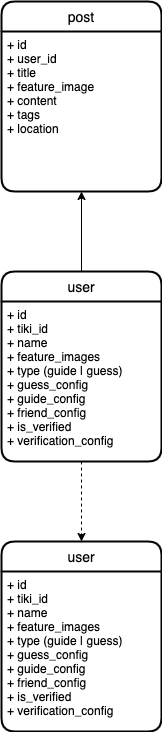
This is assets/flow-charts/01-detailerDb.png from minhphong306/nestjs-typeorm-mysql-jwt-boilerplate, a draw.io export, as it was before one commit. Source tidied: cells renumbered, new cells last; positions are measured from the earlier drawing's top-left corner, leaving out a move shared by most shapes. Its diagram source:
```xml
<mxGraphModel>
  <root>
    <mxCell id="0" />
    <mxCell id="1" parent="0" />
    <mxCell id="2" style="edgeStyle=orthogonalEdgeStyle;rounded=0;jettySize=auto;html=1;" parent="1" edge="1" source="4" target="6">
      <mxGeometry relative="1" as="geometry" />
    </mxCell>
    <mxCell id="3" style="edgeStyle=orthogonalEdgeStyle;rounded=0;jettySize=auto;html=1;dashed=1;" parent="1" edge="1" source="4" target="8">
      <mxGeometry relative="1" as="geometry" />
    </mxCell>
    <mxCell id="4" value="user" style="swimlane;horizontal=1;startSize=30;rounded=1;fontSize=14;fontStyle=0;strokeWidth=2;shadow=0;dashed=0;align=center;" parent="1" vertex="1">
      <mxGeometry y="270" width="160" height="190" as="geometry" />
    </mxCell>
    <mxCell id="5" value="+ id&#10;+ tiki_id&#10;+ name&#10;+ feature_images&#10;+ type (guide | guess)&#10;+ guess_config&#10;+ guide_config&#10;+ friend_config&#10;+ is_verified&#10;+ verification_config" style="align=left;strokeColor=none;fillColor=none;spacingLeft=4;fontSize=12;verticalAlign=top;" parent="4" vertex="1">
      <mxGeometry y="30" width="160" height="160" as="geometry" />
    </mxCell>
    <mxCell id="6" value="post" style="swimlane;horizontal=1;startSize=30;rounded=1;fontSize=14;fontStyle=0;strokeWidth=2;shadow=0;dashed=0;align=center;" parent="1" vertex="1">
      <mxGeometry width="160" height="190" as="geometry" />
    </mxCell>
    <mxCell id="7" value="+ id&#10;+ user_id&#10;+ title&#10;+ feature_image&#10;+ content&#10;+ tags&#10;+ location" style="align=left;strokeColor=none;fillColor=none;spacingLeft=4;fontSize=12;verticalAlign=top;" parent="6" vertex="1">
      <mxGeometry y="30" width="160" height="160" as="geometry" />
    </mxCell>
    <mxCell id="8" value="user" style="swimlane;horizontal=1;startSize=30;rounded=1;fontSize=14;fontStyle=0;strokeWidth=2;shadow=0;dashed=0;align=center;" parent="1" vertex="1">
      <mxGeometry y="540" width="160" height="190" as="geometry" />
    </mxCell>
    <mxCell id="9" value="+ id&#10;+ tiki_id&#10;+ name&#10;+ feature_images&#10;+ type (guide | guess)&#10;+ guess_config&#10;+ guide_config&#10;+ friend_config&#10;+ is_verified&#10;+ verification_config" style="align=left;strokeColor=none;fillColor=none;spacingLeft=4;fontSize=12;verticalAlign=top;" parent="8" vertex="1">
      <mxGeometry y="30" width="160" height="160" as="geometry" />
    </mxCell>
  </root>
</mxGraphModel>
```
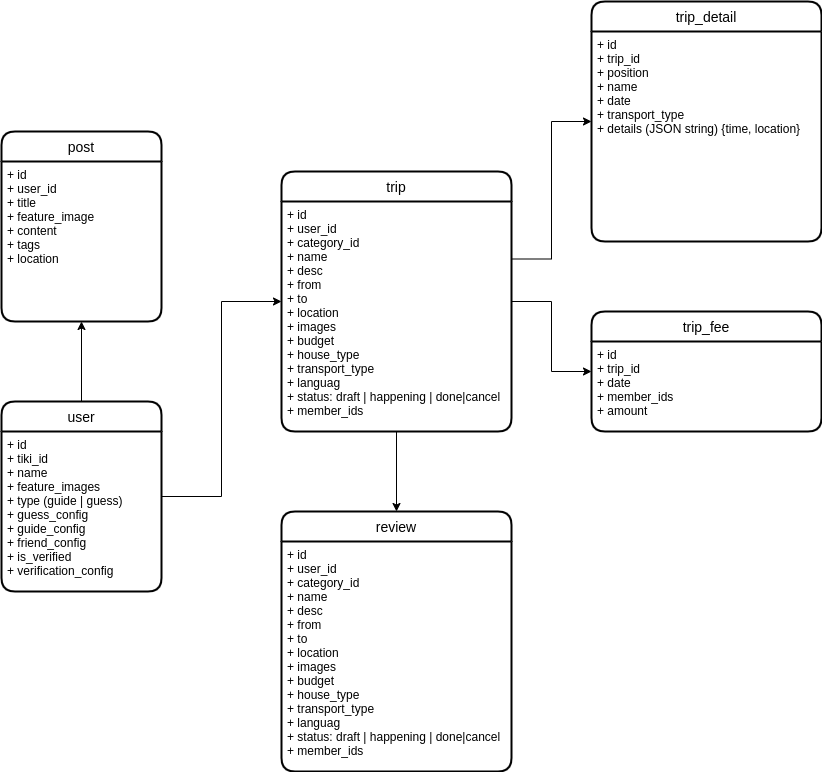
After the commit.

What changed in the source:
```diff
@@ -5,7 +5,7 @@
     <mxCell id="2" style="edgeStyle=orthogonalEdgeStyle;rounded=0;jettySize=auto;html=1;" parent="1" edge="1" source="4" target="6">
       <mxGeometry relative="1" as="geometry" />
     </mxCell>
-    <mxCell id="3" style="edgeStyle=orthogonalEdgeStyle;rounded=0;jettySize=auto;html=1;dashed=1;" parent="1" edge="1" source="4" target="8">
+    <mxCell id="3" style="edgeStyle=orthogonalEdgeStyle;rounded=0;jettySize=auto;html=1;" parent="1" edge="1" source="4" target="8">
       <mxGeometry relative="1" as="geometry" />
     </mxCell>
     <mxCell id="4" value="user" style="swimlane;horizontal=1;startSize=30;rounded=1;fontSize=14;fontStyle=0;strokeWidth=2;shadow=0;dashed=0;align=center;" parent="1" vertex="1">
@@ -20,11 +20,38 @@
     <mxCell id="7" value="+ id&#10;+ user_id&#10;+ title&#10;+ feature_image&#10;+ content&#10;+ tags&#10;+ location" style="align=left;strokeColor=none;fillColor=none;spacingLeft=4;fontSize=12;verticalAlign=top;" parent="6" vertex="1">
       <mxGeometry y="30" width="160" height="160" as="geometry" />
     </mxCell>
+    <mxCell id="10" style="edgeStyle=orthogonalEdgeStyle;rounded=0;jettySize=auto;html=1;exitX=1;exitY=0.25;exitDx=0;exitDy=0;" parent="1" edge="1" source="9" target="13">
+      <mxGeometry relative="1" as="geometry" />
+    </mxCell>
+    <mxCell id="11" style="edgeStyle=orthogonalEdgeStyle;rounded=0;jettySize=auto;html=1;" parent="1" edge="1" source="8" target="15">
+      <mxGeometry relative="1" as="geometry" />
+    </mxCell>
+    <mxCell id="12" style="edgeStyle=orthogonalEdgeStyle;rounded=0;jettySize=auto;html=1;" parent="1" edge="1" source="8" target="17">
+      <mxGeometry relative="1" as="geometry" />
+    </mxCell>
-    <mxCell id="8" value="user" style="swimlane;horizontal=1;startSize=30;rounded=1;fontSize=14;fontStyle=0;strokeWidth=2;shadow=0;dashed=0;align=center;" parent="1" vertex="1">
-      <mxGeometry y="540" width="160" height="190" as="geometry" />
+    <mxCell id="8" value="trip" style="swimlane;horizontal=1;startSize=30;rounded=1;fontSize=14;fontStyle=0;strokeWidth=2;shadow=0;dashed=0;align=center;" parent="1" vertex="1">
+      <mxGeometry x="280" y="40" width="230" height="260" as="geometry" />
     </mxCell>
-    <mxCell id="9" value="+ id&#10;+ tiki_id&#10;+ name&#10;+ feature_images&#10;+ type (guide | guess)&#10;+ guess_config&#10;+ guide_config&#10;+ friend_config&#10;+ is_verified&#10;+ verification_config" style="align=left;strokeColor=none;fillColor=none;spacingLeft=4;fontSize=12;verticalAlign=top;" parent="8" vertex="1">
-      <mxGeometry y="30" width="160" height="160" as="geometry" />
+    <mxCell id="9" value="+ id&#10;+ user_id&#10;+ category_id&#10;+ name&#10;+ desc&#10;+ from&#10;+ to&#10;+ location&#10;+ images&#10;+ budget&#10;+ house_type&#10;+ transport_type&#10;+ languag&#10;+ status: draft | happening | done|cancel&#10;+ member_ids" style="align=left;strokeColor=none;fillColor=none;spacingLeft=4;fontSize=12;verticalAlign=top;" parent="8" vertex="1">
+      <mxGeometry y="30" width="230" height="230" as="geometry" />
     </mxCell>
+    <mxCell id="13" value="trip_detail" style="swimlane;horizontal=1;startSize=30;rounded=1;fontSize=14;fontStyle=0;strokeWidth=2;shadow=0;dashed=0;align=center;" parent="1" vertex="1">
+      <mxGeometry x="590" y="-130" width="230" height="240" as="geometry" />
+    </mxCell>
+    <mxCell id="14" value="+ id&#10;+ trip_id&#10;+ position&#10;+ name&#10;+ date&#10;+ transport_type&#10;+ details (JSON string) {time, location}" style="align=left;strokeColor=none;fillColor=none;spacingLeft=4;fontSize=12;verticalAlign=top;" parent="13" vertex="1">
+      <mxGeometry y="30" width="230" height="210" as="geometry" />
+    </mxCell>
+    <mxCell id="15" value="trip_fee" style="swimlane;horizontal=1;startSize=30;rounded=1;fontSize=14;fontStyle=0;strokeWidth=2;shadow=0;dashed=0;align=center;" parent="1" vertex="1">
+      <mxGeometry x="590" y="180" width="230" height="120" as="geometry" />
+    </mxCell>
+    <mxCell id="16" value="+ id&#10;+ trip_id&#10;+ date&#10;+ member_ids&#10;+ amount" style="align=left;strokeColor=none;fillColor=none;spacingLeft=4;fontSize=12;verticalAlign=top;" parent="15" vertex="1">
+      <mxGeometry y="30" width="230" height="90" as="geometry" />
+    </mxCell>
+    <mxCell id="17" value="review" style="swimlane;horizontal=1;startSize=30;rounded=1;fontSize=14;fontStyle=0;strokeWidth=2;shadow=0;dashed=0;align=center;" parent="1" vertex="1">
+      <mxGeometry x="280" y="380" width="230" height="260" as="geometry" />
+    </mxCell>
+    <mxCell id="18" value="+ id&#10;+ user_id&#10;+ category_id&#10;+ name&#10;+ desc&#10;+ from&#10;+ to&#10;+ location&#10;+ images&#10;+ budget&#10;+ house_type&#10;+ transport_type&#10;+ languag&#10;+ status: draft | happening | done|cancel&#10;+ member_ids" style="align=left;strokeColor=none;fillColor=none;spacingLeft=4;fontSize=12;verticalAlign=top;" parent="17" vertex="1">
+      <mxGeometry y="30" width="230" height="230" as="geometry" />
+    </mxCell>
   </root>
 </mxGraphModel>
```
